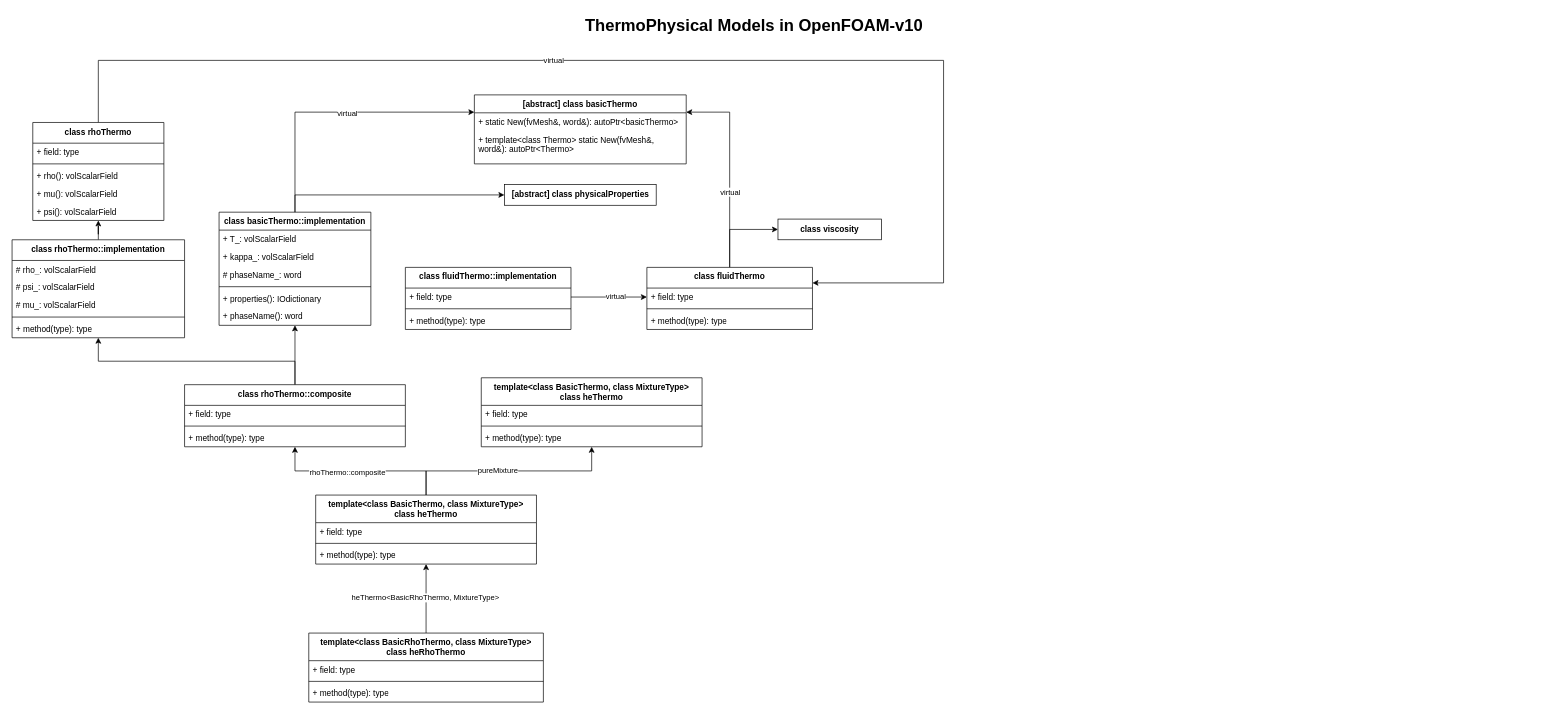
MarcoYoung/drawIO keeps this draw.io diagram as thermalPhysicalModels.drawio. Above is the earlier version. Source tidied: cells renumbered, new cells numbered last; positions are measured from the earlier drawing's top-left corner, leaving out a move shared by most shapes. Both pictures are drawn from the tidied source at 69%, with x=0, y=0 at pixel (12, 12).
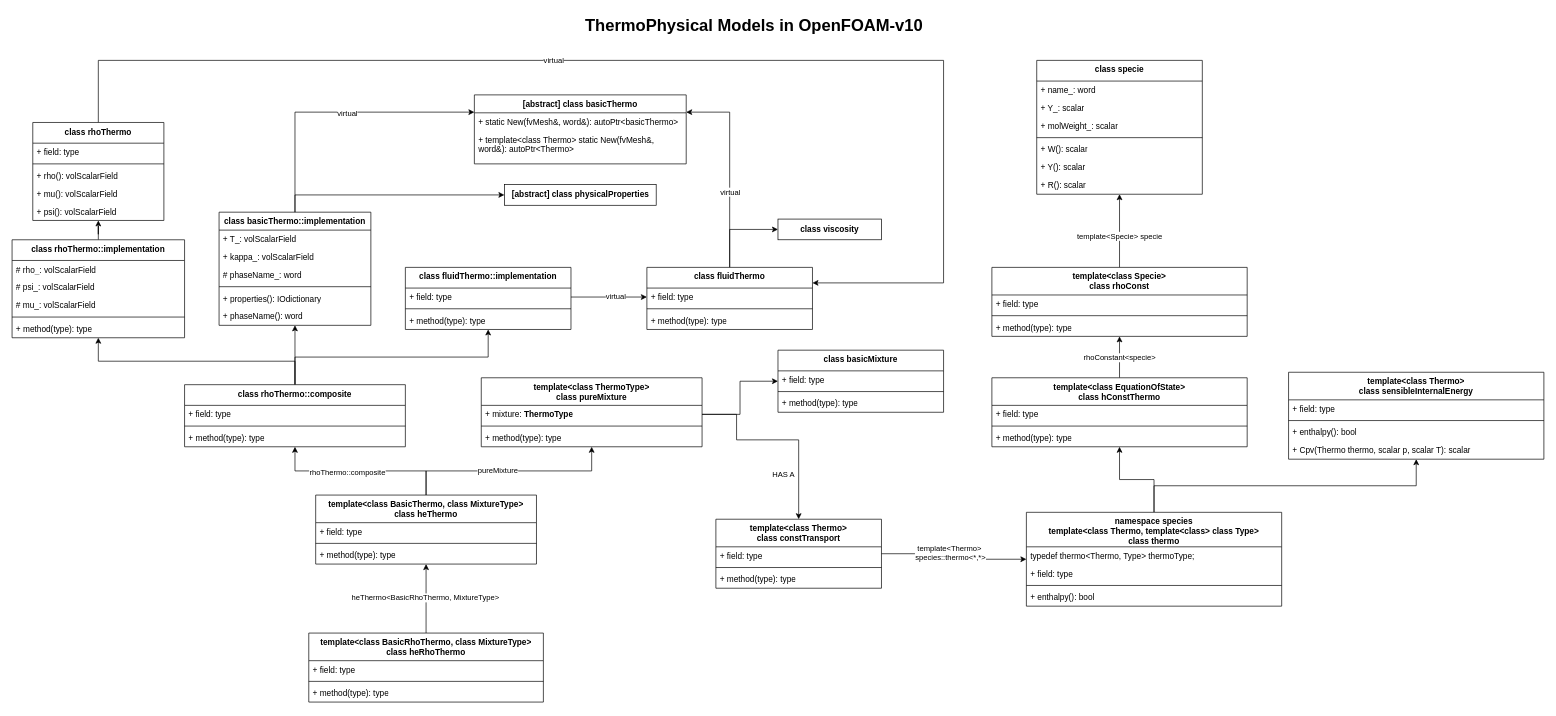
The same page after the edit.

The change refers to these unchanged cells:
```xml
<mxCell id="35" value="&lt;div&gt;&lt;span style=&quot;background-color: transparent; color: light-dark(rgb(0, 0, 0), rgb(255, 255, 255));&quot;&gt;class rhoThermo::composite&lt;/span&gt;&lt;/div&gt;" style="swimlane;fontStyle=1;align=center;verticalAlign=top;horizontal=1;startSize=30;whiteSpace=wrap;html=1;" parent="1" vertex="1">
  <mxGeometry x="250" y="540" width="320" height="90" as="geometry" />
</mxCell>
<mxCell id="39" value="&lt;div&gt;&lt;span style=&quot;background-color: transparent; color: light-dark(rgb(0, 0, 0), rgb(255, 255, 255));&quot;&gt;class fluidThermo::implementation&lt;/span&gt;&lt;/div&gt;" style="swimlane;fontStyle=1;align=center;verticalAlign=top;horizontal=1;startSize=30;whiteSpace=wrap;html=1;" parent="1" vertex="1">
  <mxGeometry x="570" y="370" width="240" height="90" as="geometry" />
</mxCell>
```

Change to the diagram source:
```diff
@@
-    <mxCell id="29" value="&lt;div&gt;template&amp;lt;class BasicThermo, class MixtureType&amp;gt;&lt;/div&gt;&lt;div&gt;class heThermo&lt;/div&gt;" style="swimlane;fontStyle=1;align=center;verticalAlign=top;horizontal=1;startSize=40;whiteSpace=wrap;html=1;" parent="1" vertex="1">
+    <mxCell id="29" value="&lt;div&gt;template&amp;lt;class ThermoType&amp;gt;&lt;/div&gt;&lt;div&gt;class pureMixture&lt;/div&gt;" style="swimlane;fontStyle=1;align=center;verticalAlign=top;horizontal=1;startSize=40;whiteSpace=wrap;html=1;" parent="1" vertex="1">
       <mxGeometry x="680" y="530" width="320" height="100" as="geometry" />
     </mxCell>
-    <mxCell id="30" value="+ field: type" style="text;strokeColor=none;fillColor=none;align=left;verticalAlign=top;spacingLeft=4;spacingRight=4;overflow=hidden;points=[[0,0.5],[1,0.5]];portConstraint=eastwest;whiteSpace=wrap;html=1;" parent="29" vertex="1">
+    <mxCell id="30" value="+ mixture: &lt;b&gt;ThermoType&lt;/b&gt;" style="text;strokeColor=none;fillColor=none;align=left;verticalAlign=top;spacingLeft=4;spacingRight=4;overflow=hidden;points=[[0,0.5],[1,0.5]];portConstraint=eastwest;whiteSpace=wrap;html=1;" parent="29" vertex="1">
       <mxGeometry y="40" width="320" height="26" as="geometry" />
     </mxCell>
@@
+    <mxCell id="70" style="edgeStyle=orthogonalEdgeStyle;rounded=0;jettySize=auto;html=1;exitX=0.5;exitY=0;exitDx=0;exitDy=0;" parent="1" edge="1" source="35" target="39">
+      <mxGeometry relative="1" as="geometry">
+        <Array as="points">
+          <mxPoint x="410" y="500" />
+          <mxPoint x="690" y="500" />
+        </Array>
+      </mxGeometry>
+    </mxCell>
@@
+    <mxCell id="71" value="&lt;div&gt;&lt;span style=&quot;background-color: transparent; color: light-dark(rgb(0, 0, 0), rgb(255, 255, 255));&quot;&gt;class basicMixture&lt;/span&gt;&lt;/div&gt;" style="swimlane;fontStyle=1;align=center;verticalAlign=top;horizontal=1;startSize=30;whiteSpace=wrap;html=1;" parent="1" vertex="1">
+      <mxGeometry x="1110" y="490" width="240" height="90" as="geometry" />
+    </mxCell>
+    <mxCell id="72" value="+ field: type" style="text;strokeColor=none;fillColor=none;align=left;verticalAlign=top;spacingLeft=4;spacingRight=4;overflow=hidden;whiteSpace=wrap;html=1;" parent="71" vertex="1">
+      <mxGeometry y="30" width="240" height="26" as="geometry" />
+    </mxCell>
+    <mxCell id="73" style="line;strokeWidth=1;fillColor=none;align=left;verticalAlign=middle;spacingTop=-1;spacingLeft=3;spacingRight=3;labelPosition=right;strokeColor=inherit;" parent="71" vertex="1">
+      <mxGeometry y="56" width="240" height="8" as="geometry" />
+    </mxCell>
+    <mxCell id="74" value="+ method(type): type" style="text;strokeColor=none;fillColor=none;align=left;verticalAlign=top;spacingLeft=4;spacingRight=4;overflow=hidden;whiteSpace=wrap;html=1;" parent="71" vertex="1">
+      <mxGeometry y="64" width="240" height="26" as="geometry" />
+    </mxCell>
+    <mxCell id="75" style="edgeStyle=orthogonalEdgeStyle;rounded=0;jettySize=auto;html=1;" parent="1" edge="1" source="77" target="85">
+      <mxGeometry relative="1" as="geometry" />
+    </mxCell>
+    <mxCell id="76" value="template&amp;lt;Thermo&amp;gt;&amp;nbsp;&lt;div&gt;species::thermo&amp;lt;*,*&amp;gt;&lt;/div&gt;" style="edgeLabel;html=1;align=center;verticalAlign=middle;" parent="75" vertex="1">
+      <mxGeometry x="-0.09" y="2" relative="1" as="geometry" />
+    </mxCell>
+    <mxCell id="77" value="template&amp;lt;class Thermo&amp;gt;&lt;div&gt;class constTransport&lt;/div&gt;" style="swimlane;fontStyle=1;align=center;verticalAlign=top;horizontal=1;startSize=40;whiteSpace=wrap;html=1;" parent="1" vertex="1">
+      <mxGeometry x="1020" y="735" width="240" height="100" as="geometry" />
+    </mxCell>
+    <mxCell id="78" value="+ field: type" style="text;strokeColor=none;fillColor=none;align=left;verticalAlign=top;spacingLeft=4;spacingRight=4;overflow=hidden;whiteSpace=wrap;html=1;" parent="77" vertex="1">
+      <mxGeometry y="40" width="240" height="26" as="geometry" />
+    </mxCell>
+    <mxCell id="79" style="line;strokeWidth=1;fillColor=none;align=left;verticalAlign=middle;spacingTop=-1;spacingLeft=3;spacingRight=3;labelPosition=right;strokeColor=inherit;" parent="77" vertex="1">
+      <mxGeometry y="66" width="240" height="8" as="geometry" />
+    </mxCell>
+    <mxCell id="80" value="+ method(type): type" style="text;strokeColor=none;fillColor=none;align=left;verticalAlign=top;spacingLeft=4;spacingRight=4;overflow=hidden;whiteSpace=wrap;html=1;" parent="77" vertex="1">
+      <mxGeometry y="74" width="240" height="26" as="geometry" />
+    </mxCell>
+    <mxCell id="81" style="edgeStyle=orthogonalEdgeStyle;rounded=0;jettySize=auto;html=1;entryX=0.5;entryY=0;entryDx=0;entryDy=0;exitX=1;exitY=0.5;exitDx=0;exitDy=0;" parent="1" edge="1" source="30" target="77">
+      <mxGeometry relative="1" as="geometry">
+        <Array as="points">
+          <mxPoint x="1050" y="583" />
+          <mxPoint x="1050" y="620" />
+          <mxPoint x="1140" y="620" />
+        </Array>
+      </mxGeometry>
+    </mxCell>
+    <mxCell id="82" value="HAS A" style="edgeLabel;html=1;align=center;verticalAlign=middle;" parent="81" vertex="1">
+      <mxGeometry x="0.02" y="1" relative="1" as="geometry">
+        <mxPoint x="5" y="51" as="offset" />
+      </mxGeometry>
+    </mxCell>
+    <mxCell id="83" style="edgeStyle=orthogonalEdgeStyle;rounded=0;jettySize=auto;html=1;" parent="1" edge="1" source="85" target="93">
+      <mxGeometry relative="1" as="geometry" />
+    </mxCell>
+    <mxCell id="84" style="edgeStyle=orthogonalEdgeStyle;rounded=0;jettySize=auto;html=1;exitX=0.5;exitY=0;exitDx=0;exitDy=0;" parent="1" edge="1" source="85" target="97">
+      <mxGeometry relative="1" as="geometry" />
+    </mxCell>
+    <mxCell id="85" value="namespace species&lt;div&gt;template&amp;lt;class Thermo, template&amp;lt;class&amp;gt; class Type&amp;gt;&lt;/div&gt;&lt;div&gt;class thermo&lt;/div&gt;" style="swimlane;fontStyle=1;align=center;verticalAlign=top;horizontal=1;startSize=50;whiteSpace=wrap;html=1;" parent="1" vertex="1">
+      <mxGeometry x="1470" y="725" width="370" height="136" as="geometry" />
+    </mxCell>
+    <mxCell id="86" value="typedef thermo&amp;lt;Thermo, Type&amp;gt; thermoType;" style="text;strokeColor=none;fillColor=none;align=left;verticalAlign=top;spacingLeft=4;spacingRight=4;overflow=hidden;whiteSpace=wrap;html=1;" parent="85" vertex="1">
+      <mxGeometry y="50" width="370" height="26" as="geometry" />
+    </mxCell>
+    <mxCell id="87" value="+ field: type" style="text;strokeColor=none;fillColor=none;align=left;verticalAlign=top;spacingLeft=4;spacingRight=4;overflow=hidden;whiteSpace=wrap;html=1;" parent="85" vertex="1">
+      <mxGeometry y="76" width="370" height="26" as="geometry" />
+    </mxCell>
+    <mxCell id="88" style="line;strokeWidth=1;fillColor=none;align=left;verticalAlign=middle;spacingTop=-1;spacingLeft=3;spacingRight=3;labelPosition=right;strokeColor=inherit;" parent="85" vertex="1">
+      <mxGeometry y="102" width="370" height="8" as="geometry" />
+    </mxCell>
+    <mxCell id="89" value="+ enthalpy(): bool" style="text;strokeColor=none;fillColor=none;align=left;verticalAlign=top;spacingLeft=4;spacingRight=4;overflow=hidden;whiteSpace=wrap;html=1;" parent="85" vertex="1">
+      <mxGeometry y="110" width="370" height="26" as="geometry" />
+    </mxCell>
+    <mxCell id="90" style="edgeStyle=orthogonalEdgeStyle;rounded=0;jettySize=auto;html=1;exitX=1;exitY=0.5;exitDx=0;exitDy=0;entryX=0;entryY=0.5;entryDx=0;entryDy=0;" parent="1" edge="1" source="30" target="71">
+      <mxGeometry relative="1" as="geometry" />
+    </mxCell>
+    <mxCell id="91" style="edgeStyle=orthogonalEdgeStyle;rounded=0;jettySize=auto;html=1;" parent="1" edge="1" source="93" target="104">
+      <mxGeometry relative="1" as="geometry" />
+    </mxCell>
+    <mxCell id="92" value="rhoConstant&amp;lt;specie&amp;gt;" style="edgeLabel;html=1;align=center;verticalAlign=middle;" parent="91" vertex="1">
+      <mxGeometry x="0.02" y="1" relative="1" as="geometry">
+        <mxPoint y="1" as="offset" />
+      </mxGeometry>
+    </mxCell>
+    <mxCell id="93" value="template&amp;lt;class EquationOfState&amp;gt;&lt;br&gt;&lt;div&gt;class hConstThermo&lt;/div&gt;" style="swimlane;fontStyle=1;align=center;verticalAlign=top;horizontal=1;startSize=40;whiteSpace=wrap;html=1;" parent="1" vertex="1">
+      <mxGeometry x="1420" y="530" width="370" height="100" as="geometry" />
+    </mxCell>
+    <mxCell id="94" value="+ field: type" style="text;strokeColor=none;fillColor=none;align=left;verticalAlign=top;spacingLeft=4;spacingRight=4;overflow=hidden;whiteSpace=wrap;html=1;" parent="93" vertex="1">
+      <mxGeometry y="40" width="370" height="26" as="geometry" />
+    </mxCell>
+    <mxCell id="95" style="line;strokeWidth=1;fillColor=none;align=left;verticalAlign=middle;spacingTop=-1;spacingLeft=3;spacingRight=3;labelPosition=right;strokeColor=inherit;" parent="93" vertex="1">
+      <mxGeometry y="66" width="370" height="8" as="geometry" />
+    </mxCell>
+    <mxCell id="96" value="+ method(type): type" style="text;strokeColor=none;fillColor=none;align=left;verticalAlign=top;spacingLeft=4;spacingRight=4;overflow=hidden;whiteSpace=wrap;html=1;" parent="93" vertex="1">
+      <mxGeometry y="74" width="370" height="26" as="geometry" />
+    </mxCell>
+    <mxCell id="97" value="&lt;div&gt;template&amp;lt;class Thermo&amp;gt;&lt;/div&gt;&lt;div&gt;class sensibleInternalEnergy&lt;/div&gt;" style="swimlane;fontStyle=1;align=center;verticalAlign=top;horizontal=1;startSize=40;whiteSpace=wrap;html=1;" parent="1" vertex="1">
+      <mxGeometry x="1850" y="522" width="370" height="126" as="geometry" />
+    </mxCell>
+    <mxCell id="98" value="+ field: type" style="text;strokeColor=none;fillColor=none;align=left;verticalAlign=top;spacingLeft=4;spacingRight=4;overflow=hidden;whiteSpace=wrap;html=1;" parent="97" vertex="1">
+      <mxGeometry y="40" width="370" height="26" as="geometry" />
+    </mxCell>
+    <mxCell id="99" style="line;strokeWidth=1;fillColor=none;align=left;verticalAlign=middle;spacingTop=-1;spacingLeft=3;spacingRight=3;labelPosition=right;strokeColor=inherit;" parent="97" vertex="1">
+      <mxGeometry y="66" width="370" height="8" as="geometry" />
+    </mxCell>
+    <mxCell id="100" value="+ enthalpy(): bool" style="text;strokeColor=none;fillColor=none;align=left;verticalAlign=top;spacingLeft=4;spacingRight=4;overflow=hidden;whiteSpace=wrap;html=1;" parent="97" vertex="1">
+      <mxGeometry y="74" width="370" height="26" as="geometry" />
+    </mxCell>
+    <mxCell id="101" value="+ Cpv(Thermo thermo, scalar p, scalar T): scalar" style="text;strokeColor=none;fillColor=none;align=left;verticalAlign=top;spacingLeft=4;spacingRight=4;overflow=hidden;whiteSpace=wrap;html=1;" parent="97" vertex="1">
+      <mxGeometry y="100" width="370" height="26" as="geometry" />
+    </mxCell>
+    <mxCell id="102" style="edgeStyle=orthogonalEdgeStyle;rounded=0;jettySize=auto;html=1;exitX=0.5;exitY=0;exitDx=0;exitDy=0;entryX=0.5;entryY=1;entryDx=0;entryDy=0;" parent="1" edge="1" source="104" target="108">
+      <mxGeometry relative="1" as="geometry" />
+    </mxCell>
+    <mxCell id="103" value="template&amp;lt;Specie&amp;gt; specie" style="edgeLabel;html=1;align=center;verticalAlign=middle;" parent="102" vertex="1">
+      <mxGeometry x="-0.12" y="1" relative="1" as="geometry">
+        <mxPoint y="1" as="offset" />
+      </mxGeometry>
+    </mxCell>
+    <mxCell id="104" value="&lt;div&gt;template&amp;lt;class Specie&amp;gt;&lt;/div&gt;&lt;div&gt;class rhoConst&lt;/div&gt;" style="swimlane;fontStyle=1;align=center;verticalAlign=top;horizontal=1;startSize=40;whiteSpace=wrap;html=1;" parent="1" vertex="1">
+      <mxGeometry x="1420" y="370" width="370" height="100" as="geometry" />
+    </mxCell>
+    <mxCell id="105" value="+ field: type" style="text;strokeColor=none;fillColor=none;align=left;verticalAlign=top;spacingLeft=4;spacingRight=4;overflow=hidden;whiteSpace=wrap;html=1;" parent="104" vertex="1">
+      <mxGeometry y="40" width="370" height="26" as="geometry" />
+    </mxCell>
+    <mxCell id="106" style="line;strokeWidth=1;fillColor=none;align=left;verticalAlign=middle;spacingTop=-1;spacingLeft=3;spacingRight=3;labelPosition=right;strokeColor=inherit;" parent="104" vertex="1">
+      <mxGeometry y="66" width="370" height="8" as="geometry" />
+    </mxCell>
+    <mxCell id="107" value="+ method(type): type" style="text;strokeColor=none;fillColor=none;align=left;verticalAlign=top;spacingLeft=4;spacingRight=4;overflow=hidden;whiteSpace=wrap;html=1;" parent="104" vertex="1">
+      <mxGeometry y="74" width="370" height="26" as="geometry" />
+    </mxCell>
+    <mxCell id="108" value="&lt;div&gt;&lt;span style=&quot;background-color: transparent; color: light-dark(rgb(0, 0, 0), rgb(255, 255, 255));&quot;&gt;class specie&lt;/span&gt;&lt;/div&gt;" style="swimlane;fontStyle=1;align=center;verticalAlign=top;horizontal=1;startSize=30;whiteSpace=wrap;html=1;" parent="1" vertex="1">
+      <mxGeometry x="1485" y="70" width="240" height="194" as="geometry" />
+    </mxCell>
+    <mxCell id="109" value="+ name_: word" style="text;strokeColor=none;fillColor=none;align=left;verticalAlign=top;spacingLeft=4;spacingRight=4;overflow=hidden;whiteSpace=wrap;html=1;" parent="108" vertex="1">
+      <mxGeometry y="30" width="240" height="26" as="geometry" />
+    </mxCell>
+    <mxCell id="110" value="+ Y_: scalar" style="text;strokeColor=none;fillColor=none;align=left;verticalAlign=top;spacingLeft=4;spacingRight=4;overflow=hidden;whiteSpace=wrap;html=1;" parent="108" vertex="1">
+      <mxGeometry y="56" width="240" height="26" as="geometry" />
+    </mxCell>
+    <mxCell id="111" value="+ molWeight_: scalar" style="text;strokeColor=none;fillColor=none;align=left;verticalAlign=top;spacingLeft=4;spacingRight=4;overflow=hidden;whiteSpace=wrap;html=1;" parent="108" vertex="1">
+      <mxGeometry y="82" width="240" height="26" as="geometry" />
+    </mxCell>
+    <mxCell id="112" style="line;strokeWidth=1;fillColor=none;align=left;verticalAlign=middle;spacingTop=-1;spacingLeft=3;spacingRight=3;labelPosition=right;strokeColor=inherit;" parent="108" vertex="1">
+      <mxGeometry y="108" width="240" height="8" as="geometry" />
+    </mxCell>
+    <mxCell id="113" value="+ W(): scalar" style="text;strokeColor=none;fillColor=none;align=left;verticalAlign=top;spacingLeft=4;spacingRight=4;overflow=hidden;whiteSpace=wrap;html=1;" parent="108" vertex="1">
+      <mxGeometry y="116" width="240" height="26" as="geometry" />
+    </mxCell>
+    <mxCell id="114" value="+ Y(): scalar" style="text;strokeColor=none;fillColor=none;align=left;verticalAlign=top;spacingLeft=4;spacingRight=4;overflow=hidden;whiteSpace=wrap;html=1;" parent="108" vertex="1">
+      <mxGeometry y="142" width="240" height="26" as="geometry" />
+    </mxCell>
+    <mxCell id="115" value="+ R(): scalar" style="text;strokeColor=none;fillColor=none;align=left;verticalAlign=top;spacingLeft=4;spacingRight=4;overflow=hidden;whiteSpace=wrap;html=1;" parent="108" vertex="1">
+      <mxGeometry y="168" width="240" height="26" as="geometry" />
+    </mxCell>
```
